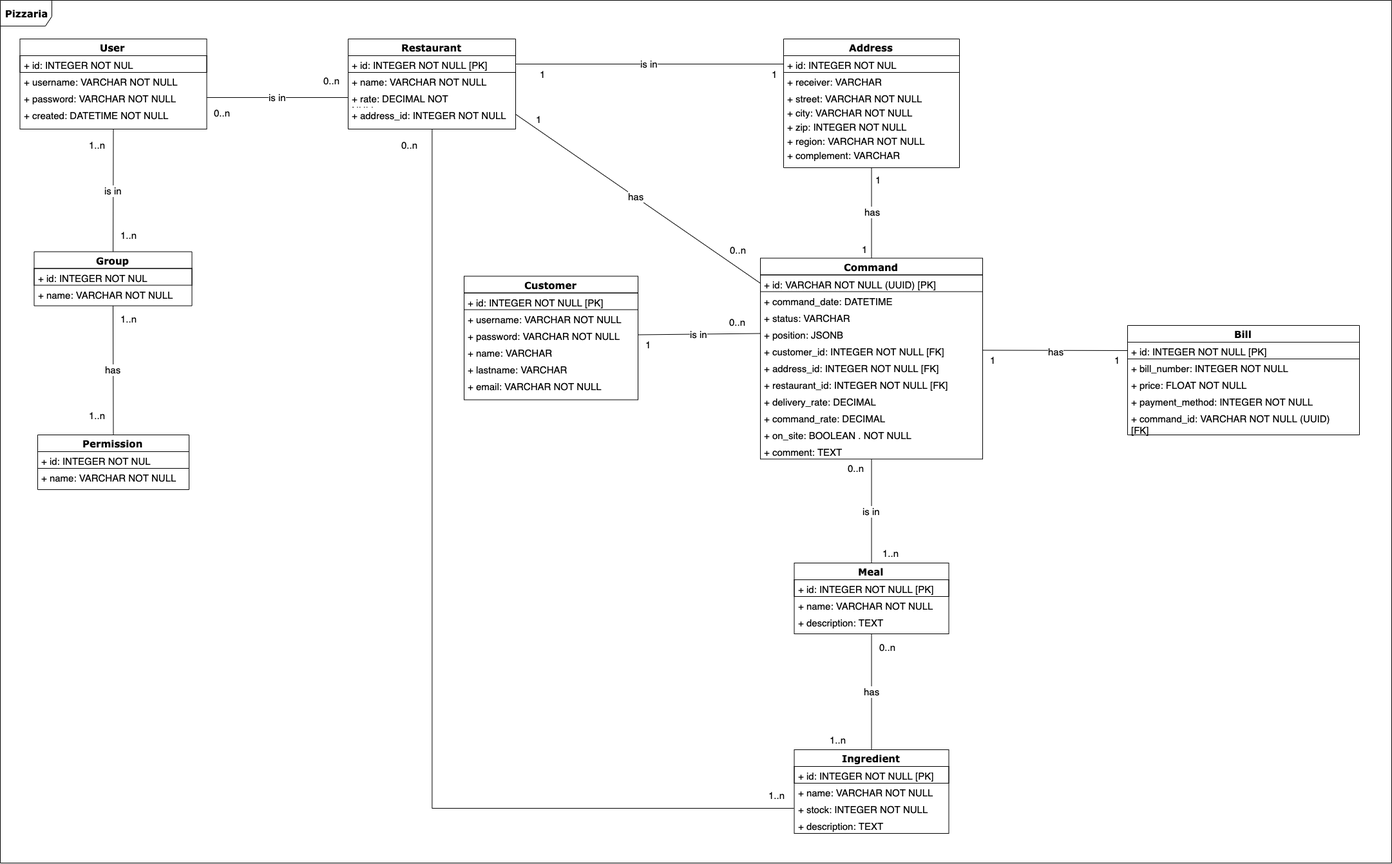
Above: docs/class diagram/class diagram pizzeria.png in ritchy7/cosotespi (draw.io), before the change. Source tidied: cells renumbered, new cells last; positions are measured from the earlier drawing's top-left corner, leaving out a move shared by most shapes.
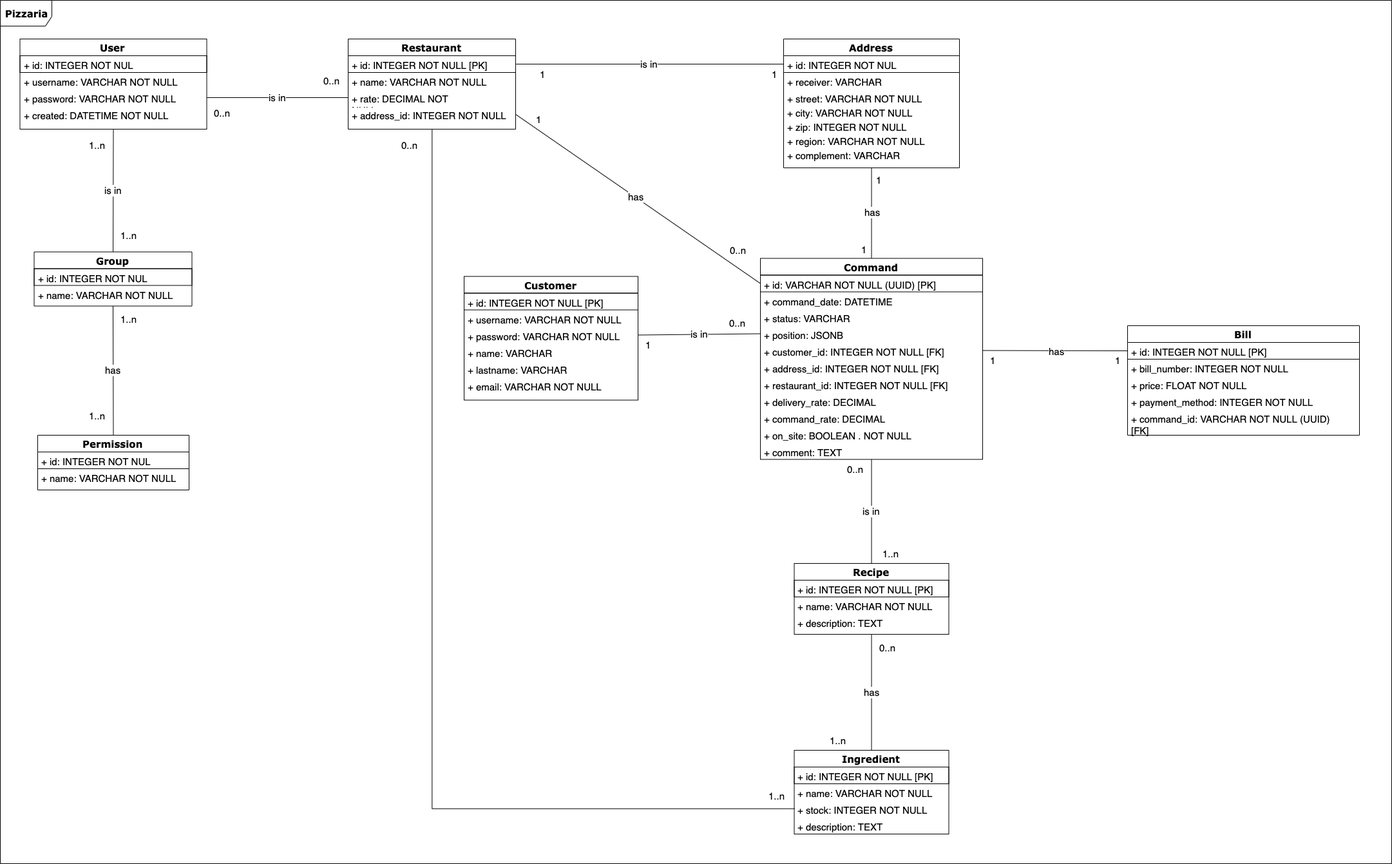
The same file after the commit.

Commit message:
meal to recipe

Change to the diagram source:
```diff
@@ -41,7 +41,7 @@
     <mxCell id="14" value="+ comment: TEXT" style="text;html=1;strokeColor=none;fillColor=none;align=left;verticalAlign=top;spacingLeft=4;spacingRight=4;whiteSpace=wrap;overflow=hidden;fontSize=15;" parent="3" vertex="1">
       <mxGeometry y="286" width="345" height="26" as="geometry" />
     </mxCell>
-    <mxCell id="15" value="&lt;b style=&quot;font-size: 15px;&quot;&gt;Meal&lt;/b&gt;" style="swimlane;html=1;fontStyle=0;horizontal=1;startSize=26;fillColor=none;swimlaneFillColor=#ffffff;rounded=0;shadow=0;comic=0;labelBackgroundColor=none;strokeColor=#000000;strokeWidth=1;fontFamily=Verdana;fontSize=15;fontColor=#000000;align=center;" parent="1" vertex="1">
+    <mxCell id="15" value="&lt;b style=&quot;font-size: 15px&quot;&gt;Recipe&lt;/b&gt;" style="swimlane;html=1;fontStyle=0;horizontal=1;startSize=26;fillColor=none;swimlaneFillColor=#ffffff;rounded=0;shadow=0;comic=0;labelBackgroundColor=none;strokeColor=#000000;strokeWidth=1;fontFamily=Verdana;fontSize=15;fontColor=#000000;align=center;" parent="1" vertex="1">
       <mxGeometry x="1232.5" y="874" width="240" height="110" as="geometry" />
     </mxCell>
     <mxCell id="16" value="+ id: INTEGER NOT NULL [PK]" style="text;html=1;strokeColor=#000000;fillColor=none;align=left;verticalAlign=top;spacingLeft=4;spacingRight=4;whiteSpace=wrap;overflow=hidden;fontSize=15;" parent="15" vertex="1">
```
